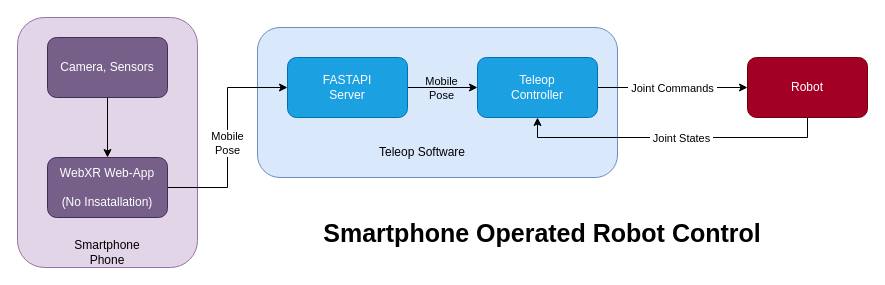
This is WEBXR.drawio from sudhirpratapyadav/diagrams, a draw.io file, before an edit. Source tidied: cells renumbered, new cells numbered last; positions are measured from the earlier drawing's top-left corner, leaving out a move shared by most shapes. Both pictures are drawn from the tidied source at 100%, with x=0, y=0 at pixel (17, 17).
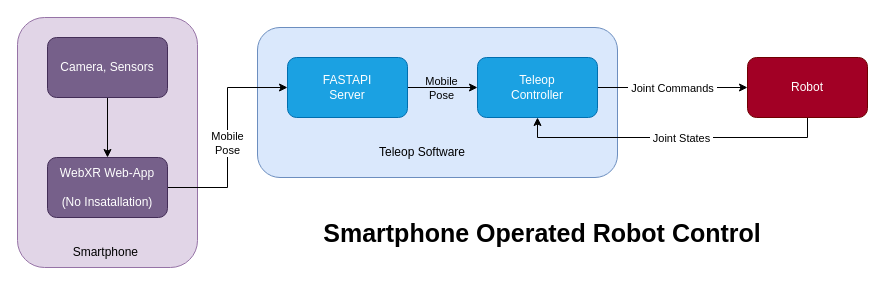
The same diagram, later.

What changed in the source:
```diff
@@
-    <mxCell id="18" value="Smartphone Phone" style="text;html=1;align=center;verticalAlign=middle;whiteSpace=wrap;rounded=0;" parent="1" vertex="1">
+    <mxCell id="18" value="Smartphone&amp;nbsp;" style="text;html=1;align=center;verticalAlign=middle;whiteSpace=wrap;rounded=0;" parent="1" vertex="1">
       <mxGeometry x="45" y="220" width="90" height="30" as="geometry" />
     </mxCell>
```
